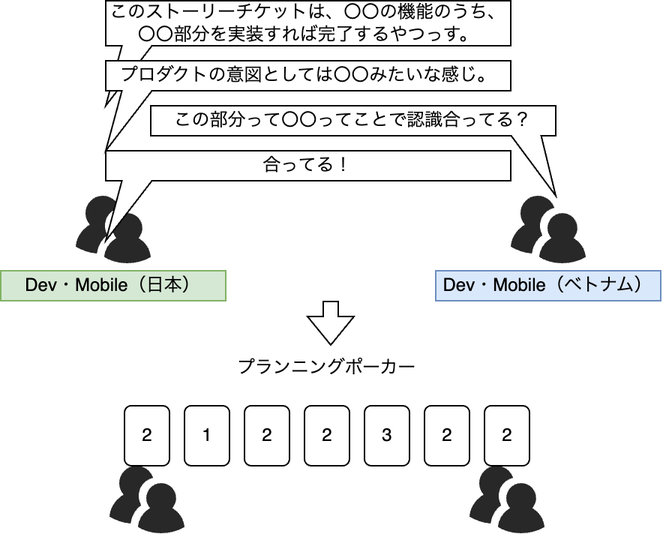
Earlier version of the draw.io export images/continuous-delivery-by-multinational-team/estimate.png (shotaIDE/zenn). Source tidied: cells renumbered, new cells last; positions are measured from the earlier drawing's top-left corner, leaving out a move shared by most shapes. The source it was exported from:
```xml
<mxGraphModel>
  <root>
    <mxCell id="0" />
    <mxCell id="1" parent="0" />
    <mxCell id="2" style="verticalLabelPosition=bottom;sketch=0;html=1;fillColor=#282828;strokeColor=none;verticalAlign=top;align=center;shape=mxgraph.cisco_safe.people_places_things_icons.icon9;" parent="1" vertex="1">
      <mxGeometry x="50" y="130" width="50" height="45" as="geometry" />
    </mxCell>
    <mxCell id="3" value="Dev・Mobile（日本）" style="rounded=0;whiteSpace=wrap;html=1;fillColor=#d5e8d4;strokeColor=#82b366;" parent="1" vertex="1">
      <mxGeometry y="180" width="150" height="20" as="geometry" />
    </mxCell>
    <mxCell id="4" value="Dev・Mobile（ベトナム）" style="rounded=0;whiteSpace=wrap;html=1;fillColor=#dae8fc;strokeColor=#6c8ebf;" parent="1" vertex="1">
      <mxGeometry x="290" y="180" width="150" height="20" as="geometry" />
    </mxCell>
    <mxCell id="5" value="このストーリーチケットは、〇〇の機能のうち、&lt;br&gt;〇〇部分を実装すれば完了するやつっす。" style="shape=callout;whiteSpace=wrap;html=1;perimeter=calloutPerimeter;size=40;position=0.04;position2=0;" parent="1" vertex="1">
      <mxGeometry x="70" width="270" height="70" as="geometry" />
    </mxCell>
    <mxCell id="6" value="プロダクトの意図としては〇〇みたいな感じ。" style="shape=callout;whiteSpace=wrap;html=1;perimeter=calloutPerimeter;size=40;position=0.04;position2=0;" parent="1" vertex="1">
      <mxGeometry x="70" y="40" width="270" height="60" as="geometry" />
    </mxCell>
    <mxCell id="7" style="verticalLabelPosition=bottom;sketch=0;html=1;fillColor=#282828;strokeColor=none;verticalAlign=top;align=center;shape=mxgraph.cisco_safe.people_places_things_icons.icon9;" parent="1" vertex="1">
      <mxGeometry x="340" y="130" width="50" height="45" as="geometry" />
    </mxCell>
    <mxCell id="8" value="この部分って〇〇ってことで認識合ってる？" style="shape=callout;whiteSpace=wrap;html=1;perimeter=calloutPerimeter;size=40;position=0.89;position2=1;" parent="1" vertex="1">
      <mxGeometry x="100" y="70" width="270" height="60" as="geometry" />
    </mxCell>
    <mxCell id="9" value="合ってる！" style="shape=callout;whiteSpace=wrap;html=1;perimeter=calloutPerimeter;size=40;position=0.04;position2=0;" parent="1" vertex="1">
      <mxGeometry x="70" y="100" width="270" height="60" as="geometry" />
    </mxCell>
    <mxCell id="10" style="verticalLabelPosition=bottom;sketch=0;html=1;fillColor=#282828;strokeColor=none;verticalAlign=top;align=center;shape=mxgraph.cisco_safe.people_places_things_icons.icon9;" parent="1" vertex="1">
      <mxGeometry x="72.5" y="310" width="50" height="45" as="geometry" />
    </mxCell>
    <mxCell id="11" style="shape=flexArrow;endArrow=classic;html=1;rounded=0;" parent="1" edge="1">
      <mxGeometry relative="1" as="geometry">
        <mxPoint x="220" y="200" as="sourcePoint" />
        <mxPoint x="220" y="230" as="targetPoint" />
      </mxGeometry>
    </mxCell>
    <mxCell id="12" value="2" style="rounded=1;whiteSpace=wrap;html=1;" parent="1" vertex="1">
      <mxGeometry x="82.5" y="270" width="30" height="40" as="geometry" />
    </mxCell>
    <mxCell id="13" value="1" style="rounded=1;whiteSpace=wrap;html=1;" parent="1" vertex="1">
      <mxGeometry x="122.5" y="270" width="30" height="40" as="geometry" />
    </mxCell>
    <mxCell id="14" value="2" style="rounded=1;whiteSpace=wrap;html=1;" parent="1" vertex="1">
      <mxGeometry x="162.5" y="270" width="30" height="40" as="geometry" />
    </mxCell>
    <mxCell id="15" value="2" style="rounded=1;whiteSpace=wrap;html=1;" parent="1" vertex="1">
      <mxGeometry x="202.5" y="270" width="30" height="40" as="geometry" />
    </mxCell>
    <mxCell id="16" value="3" style="rounded=1;whiteSpace=wrap;html=1;" parent="1" vertex="1">
      <mxGeometry x="242.5" y="270" width="30" height="40" as="geometry" />
    </mxCell>
    <mxCell id="17" value="2" style="rounded=1;whiteSpace=wrap;html=1;" parent="1" vertex="1">
      <mxGeometry x="282.5" y="270" width="30" height="40" as="geometry" />
    </mxCell>
    <mxCell id="18" style="verticalLabelPosition=bottom;sketch=0;html=1;fillColor=#282828;strokeColor=none;verticalAlign=top;align=center;shape=mxgraph.cisco_safe.people_places_things_icons.icon9;" parent="1" vertex="1">
      <mxGeometry x="312.5" y="310" width="50" height="45" as="geometry" />
    </mxCell>
    <mxCell id="19" value="プランニングポーカー" style="text;html=1;strokeColor=none;fillColor=none;align=center;verticalAlign=middle;whiteSpace=wrap;rounded=0;" parent="1" vertex="1">
      <mxGeometry x="150" y="230" width="135" height="30" as="geometry" />
    </mxCell>
    <mxCell id="20" value="2" style="rounded=1;whiteSpace=wrap;html=1;" parent="1" vertex="1">
      <mxGeometry x="322.5" y="270" width="30" height="40" as="geometry" />
    </mxCell>
  </root>
</mxGraphModel>
```
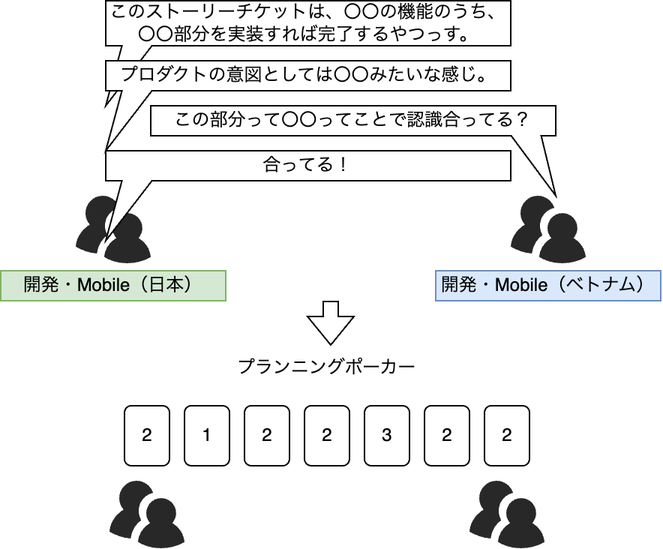
The same file after the commit.

Diff of the diagram source:
```diff
@@ -5,10 +5,10 @@
     <mxCell id="2" style="verticalLabelPosition=bottom;sketch=0;html=1;fillColor=#282828;strokeColor=none;verticalAlign=top;align=center;shape=mxgraph.cisco_safe.people_places_things_icons.icon9;" parent="1" vertex="1">
       <mxGeometry x="50" y="130" width="50" height="45" as="geometry" />
     </mxCell>
-    <mxCell id="3" value="Dev・Mobile（日本）" style="rounded=0;whiteSpace=wrap;html=1;fillColor=#d5e8d4;strokeColor=#82b366;" parent="1" vertex="1">
+    <mxCell id="3" value="開発・Mobile（日本）" style="rounded=0;whiteSpace=wrap;html=1;fillColor=#d5e8d4;strokeColor=#82b366;" parent="1" vertex="1">
       <mxGeometry y="180" width="150" height="20" as="geometry" />
     </mxCell>
-    <mxCell id="4" value="Dev・Mobile（ベトナム）" style="rounded=0;whiteSpace=wrap;html=1;fillColor=#dae8fc;strokeColor=#6c8ebf;" parent="1" vertex="1">
+    <mxCell id="4" value="開発・Mobile（ベトナム）" style="rounded=0;whiteSpace=wrap;html=1;fillColor=#dae8fc;strokeColor=#6c8ebf;" parent="1" vertex="1">
       <mxGeometry x="290" y="180" width="150" height="20" as="geometry" />
     </mxCell>
     <mxCell id="5" value="このストーリーチケットは、〇〇の機能のうち、&lt;br&gt;〇〇部分を実装すれば完了するやつっす。" style="shape=callout;whiteSpace=wrap;html=1;perimeter=calloutPerimeter;size=40;position=0.04;position2=0;" parent="1" vertex="1">
@@ -27,7 +27,7 @@
       <mxGeometry x="70" y="100" width="270" height="60" as="geometry" />
     </mxCell>
     <mxCell id="10" style="verticalLabelPosition=bottom;sketch=0;html=1;fillColor=#282828;strokeColor=none;verticalAlign=top;align=center;shape=mxgraph.cisco_safe.people_places_things_icons.icon9;" parent="1" vertex="1">
-      <mxGeometry x="72.5" y="310" width="50" height="45" as="geometry" />
+      <mxGeometry x="72.5" y="320" width="50" height="45" as="geometry" />
     </mxCell>
     <mxCell id="11" style="shape=flexArrow;endArrow=classic;html=1;rounded=0;" parent="1" edge="1">
       <mxGeometry relative="1" as="geometry">
@@ -54,7 +54,7 @@
       <mxGeometry x="282.5" y="270" width="30" height="40" as="geometry" />
     </mxCell>
     <mxCell id="18" style="verticalLabelPosition=bottom;sketch=0;html=1;fillColor=#282828;strokeColor=none;verticalAlign=top;align=center;shape=mxgraph.cisco_safe.people_places_things_icons.icon9;" parent="1" vertex="1">
-      <mxGeometry x="312.5" y="310" width="50" height="45" as="geometry" />
+      <mxGeometry x="312.5" y="320" width="50" height="45" as="geometry" />
     </mxCell>
     <mxCell id="19" value="プランニングポーカー" style="text;html=1;strokeColor=none;fillColor=none;align=center;verticalAlign=middle;whiteSpace=wrap;rounded=0;" parent="1" vertex="1">
       <mxGeometry x="150" y="230" width="135" height="30" as="geometry" />
```
